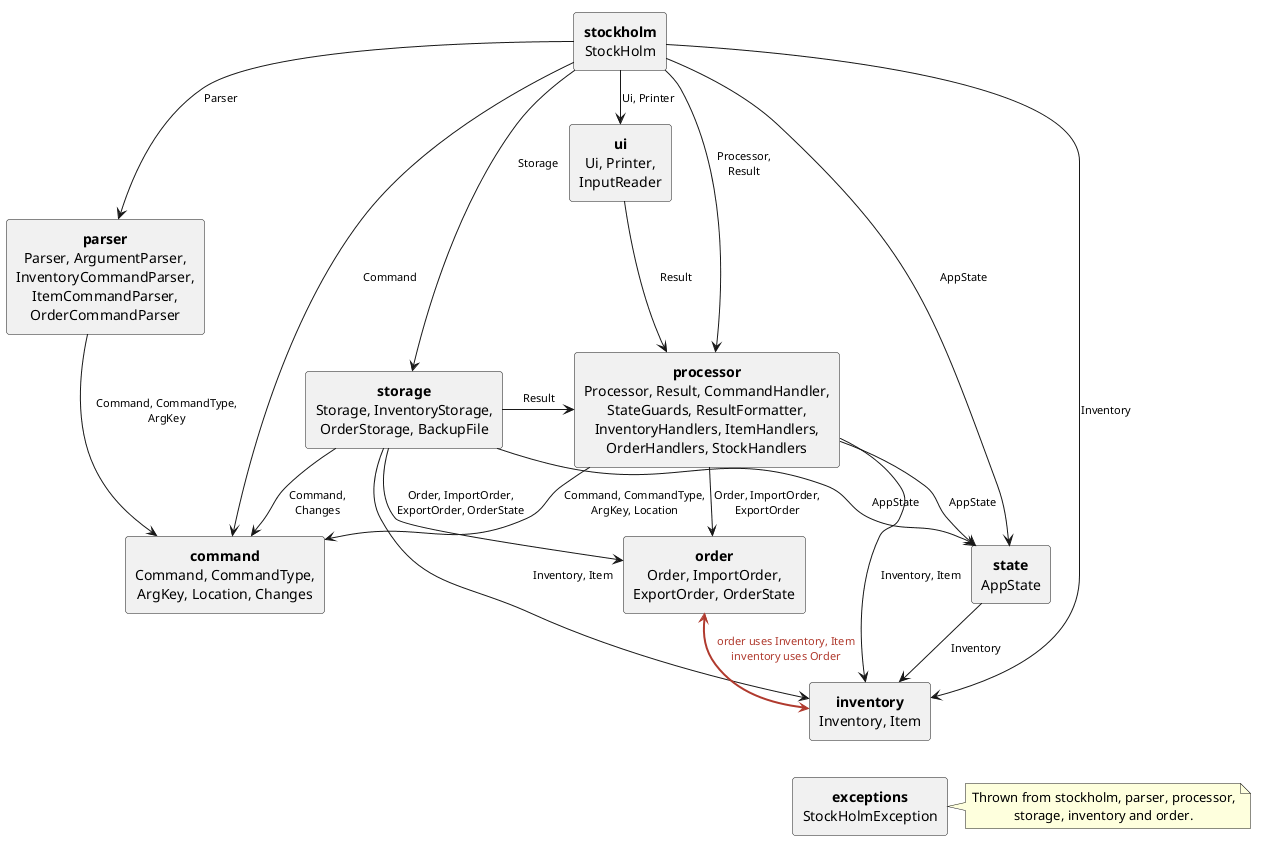
Above: docs/images/CouplingDiagram.png in AY2627S1-CS2113-W14-4/tp (PlantUML), before the change.
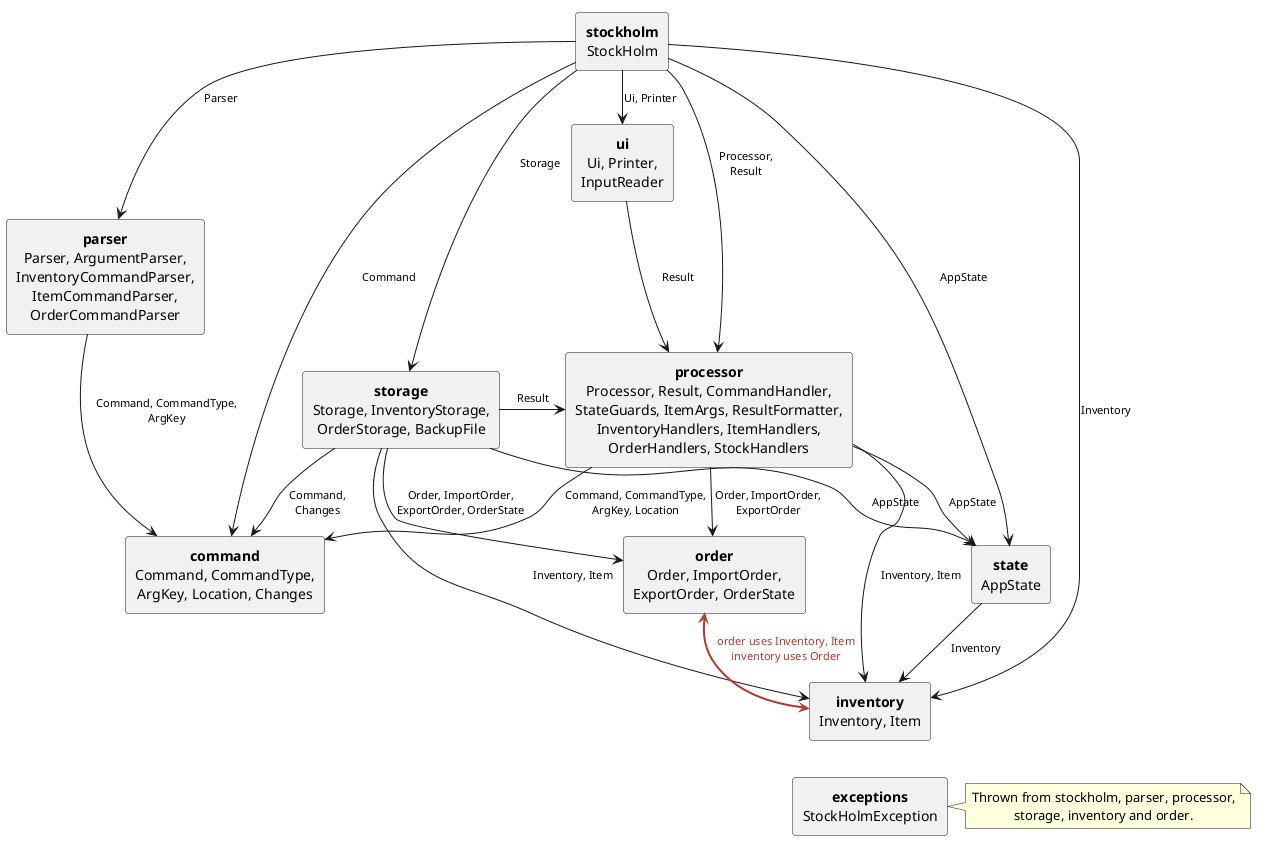
After the change.

Change to the diagram source:
```diff
@@ -12,7 +12,7 @@
 rectangle "**ui**\nUi, Printer,\nInputReader" as ui
 rectangle "**parser**\nParser, ArgumentParser,\nInventoryCommandParser,\nItemCommandParser,\nOrderCommandParser" as parser
 rectangle "**storage**\nStorage, InventoryStorage,\nOrderStorage, BackupFile" as storage
-rectangle "**processor**\nProcessor, Result, CommandHandler,\nStateGuards, ResultFormatter,\nInventoryHandlers, ItemHandlers,\nOrderHandlers, StockHandlers" as processor
+rectangle "**processor**\nProcessor, Result, CommandHandler,\nStateGuards, ItemArgs, ResultFormatter,\nInventoryHandlers, ItemHandlers,\nOrderHandlers, StockHandlers" as processor
 rectangle "**command**\nCommand, CommandType,\nArgKey, Location, Changes" as command
 rectangle "**state**\nAppState" as state
 rectangle "**order**\nOrder, ImportOrder,\nExportOrder, OrderState" as order
```
